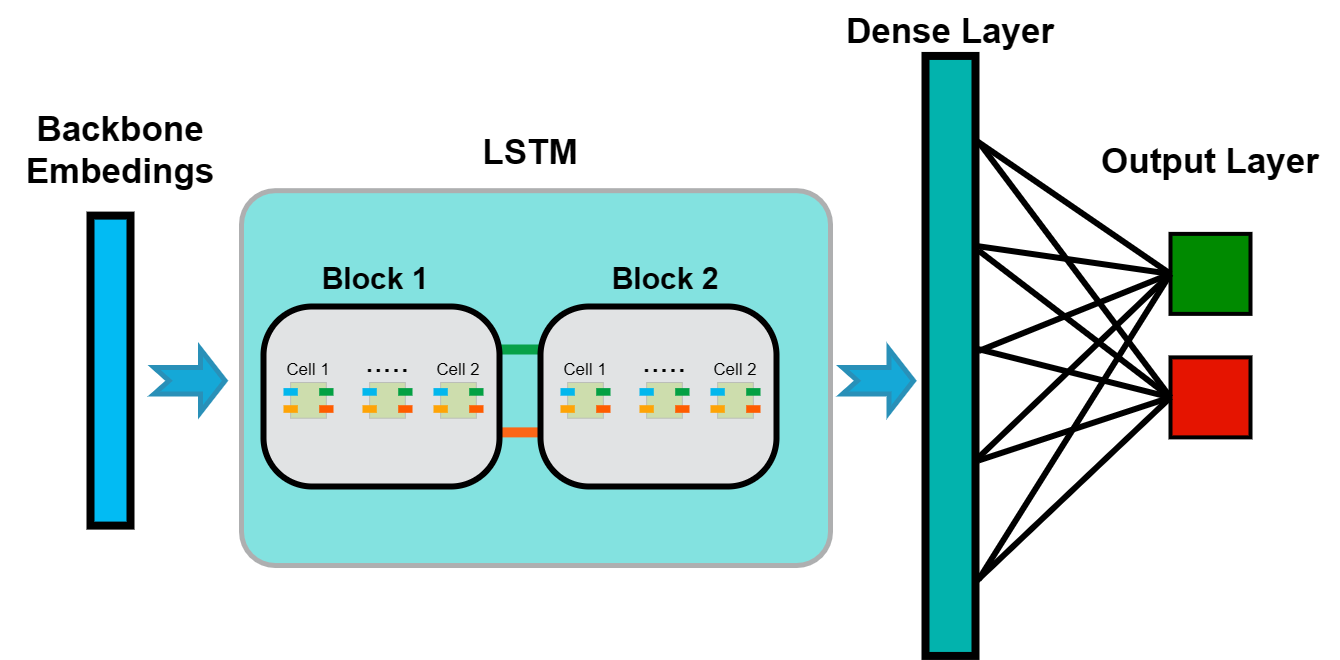
Above: Diagrams/Architecture LSTM.png in NIU1638962/Epilepsia-amb-Electroencefalograma (draw.io), before the change. Source tidied: cells renumbered, new cells last; positions are measured from the earlier drawing's top-left corner, leaving out a move shared by most shapes. Source of this version:
```xml
<mxGraphModel>
  <root>
    <mxCell id="0" />
    <mxCell id="1" parent="0" />
    <mxCell id="2" style="group;" parent="1" vertex="1">
      <mxGeometry width="1340" height="655.4" as="geometry" />
    </mxCell>
    <mxCell id="3" value="&lt;font style=&quot;font-size: 35px;&quot;&gt;&lt;b style=&quot;&quot;&gt;Backbone Embedings&lt;/b&gt;&lt;/font&gt;" style="rounded=0;whiteSpace=wrap;html=1;strokeColor=none;fillColor=none;" parent="2" vertex="1">
      <mxGeometry y="107.7" width="240" height="82.5" as="geometry" />
    </mxCell>
    <mxCell id="4" value="&lt;font style=&quot;font-size: 35px;&quot;&gt;&lt;b style=&quot;&quot;&gt;LSTM&lt;/b&gt;&lt;/font&gt;" style="rounded=0;whiteSpace=wrap;html=1;strokeColor=none;fillColor=none;" parent="2" vertex="1">
      <mxGeometry x="380" y="111.5" width="300" height="78.3" as="geometry" />
    </mxCell>
    <mxCell id="5" value="&lt;font style=&quot;font-size: 35px;&quot;&gt;&lt;b style=&quot;&quot;&gt;Dense Layer&lt;/b&gt;&lt;/font&gt;" style="rounded=0;whiteSpace=wrap;html=1;strokeColor=none;fillColor=none;" parent="2" vertex="1">
      <mxGeometry x="820" width="260" height="60" as="geometry" />
    </mxCell>
    <mxCell id="6" style="whiteSpace=wrap;html=1;fillColor=#008a00;strokeColor=#000000;strokeWidth=4;fontColor=#ffffff;" parent="2" vertex="1">
      <mxGeometry x="1170" y="233.4" width="80" height="80" as="geometry" />
    </mxCell>
    <mxCell id="7" style="whiteSpace=wrap;html=1;fillColor=#e51400;strokeColor=#000000;strokeWidth=4;fontColor=#ffffff;" parent="2" vertex="1">
      <mxGeometry x="1170" y="356.9" width="80" height="80" as="geometry" />
    </mxCell>
    <mxCell id="8" style="endArrow=none;html=1;rounded=0;exitX=0.996;exitY=0.135;exitDx=0;exitDy=0;exitPerimeter=0;entryX=0;entryY=0.5;entryDx=0;entryDy=0;strokeWidth=6;" parent="2" edge="1" target="6">
      <mxGeometry relative="1" as="geometry">
        <mxPoint x="976.1" y="140.4" as="sourcePoint" />
      </mxGeometry>
    </mxCell>
    <mxCell id="9" style="endArrow=none;html=1;rounded=0;exitX=0.998;exitY=0.312;exitDx=0;exitDy=0;exitPerimeter=0;entryX=0;entryY=0.5;entryDx=0;entryDy=0;strokeWidth=6;" parent="2" edge="1" target="6">
      <mxGeometry relative="1" as="geometry">
        <mxPoint x="978" y="245.8" as="sourcePoint" />
      </mxGeometry>
    </mxCell>
    <mxCell id="10" style="endArrow=none;html=1;rounded=0;exitX=0.998;exitY=0.488;exitDx=0;exitDy=0;exitPerimeter=0;entryX=0;entryY=0.5;entryDx=0;entryDy=0;strokeWidth=6;" parent="2" edge="1" target="6">
      <mxGeometry relative="1" as="geometry">
        <mxPoint x="978" y="350.6" as="sourcePoint" />
      </mxGeometry>
    </mxCell>
    <mxCell id="11" style="endArrow=none;html=1;rounded=0;exitX=0.996;exitY=0.67;exitDx=0;exitDy=0;exitPerimeter=0;strokeWidth=6;entryX=0;entryY=0.5;entryDx=0;entryDy=0;" parent="2" edge="1" target="6">
      <mxGeometry relative="1" as="geometry">
        <mxPoint x="976.1" y="458.9" as="sourcePoint" />
      </mxGeometry>
    </mxCell>
    <mxCell id="12" style="endArrow=none;html=1;rounded=0;strokeWidth=6;exitX=0.998;exitY=0.872;exitDx=0;exitDy=0;exitPerimeter=0;entryX=0;entryY=0.5;entryDx=0;entryDy=0;" parent="2" edge="1" target="6">
      <mxGeometry relative="1" as="geometry">
        <mxPoint x="978" y="579.2" as="sourcePoint" />
      </mxGeometry>
    </mxCell>
    <mxCell id="13" style="endArrow=none;html=1;rounded=0;exitX=0.996;exitY=0.135;exitDx=0;exitDy=0;exitPerimeter=0;entryX=0;entryY=0.5;entryDx=0;entryDy=0;strokeWidth=6;" parent="2" edge="1" target="7">
      <mxGeometry relative="1" as="geometry">
        <mxPoint x="980" y="144" as="sourcePoint" />
      </mxGeometry>
    </mxCell>
    <mxCell id="14" style="endArrow=none;html=1;rounded=0;exitX=0.998;exitY=0.312;exitDx=0;exitDy=0;exitPerimeter=0;entryX=0;entryY=0.5;entryDx=0;entryDy=0;strokeWidth=6;" parent="2" edge="1" target="7">
      <mxGeometry relative="1" as="geometry">
        <mxPoint x="978" y="250" as="sourcePoint" />
      </mxGeometry>
    </mxCell>
    <mxCell id="15" style="endArrow=none;html=1;rounded=0;exitX=0.998;exitY=0.488;exitDx=0;exitDy=0;exitPerimeter=0;entryX=0;entryY=0.5;entryDx=0;entryDy=0;strokeWidth=6;" parent="2" edge="1" target="7">
      <mxGeometry relative="1" as="geometry">
        <mxPoint x="978" y="460" as="sourcePoint" />
      </mxGeometry>
    </mxCell>
    <mxCell id="16" style="endArrow=none;html=1;rounded=0;exitX=0.996;exitY=0.67;exitDx=0;exitDy=0;exitPerimeter=0;strokeWidth=6;entryX=0;entryY=0.5;entryDx=0;entryDy=0;" parent="2" edge="1" target="7">
      <mxGeometry relative="1" as="geometry">
        <mxPoint x="976" y="580.6" as="sourcePoint" />
      </mxGeometry>
    </mxCell>
    <mxCell id="17" style="endArrow=none;html=1;rounded=0;exitX=0.998;exitY=0.312;exitDx=0;exitDy=0;exitPerimeter=0;strokeWidth=6;entryX=0;entryY=0.5;entryDx=0;entryDy=0;" parent="2" edge="1" target="7">
      <mxGeometry relative="1" as="geometry">
        <mxPoint x="978" y="348.7" as="sourcePoint" />
      </mxGeometry>
    </mxCell>
    <mxCell id="18" value="&lt;font style=&quot;font-size: 35px;&quot;&gt;&lt;b style=&quot;&quot;&gt;Output Layer&lt;/b&gt;&lt;/font&gt;" style="rounded=0;whiteSpace=wrap;html=1;strokeColor=none;fillColor=none;" parent="2" vertex="1">
      <mxGeometry x="1080" y="130.2" width="260" height="60" as="geometry" />
    </mxCell>
    <mxCell id="19" style="rounded=1;whiteSpace=wrap;html=1;arcSize=9;strokeColor=light-dark(#aeafb0, #ededed);strokeWidth=5;fillColor=light-dark(#83e2e0, #ededed);" parent="2" vertex="1">
      <mxGeometry x="241" y="190.2" width="589" height="374.8" as="geometry" />
    </mxCell>
    <mxCell id="20" value="&lt;font style=&quot;font-size: 30px;&quot;&gt;&lt;b&gt;Block 1&lt;/b&gt;&lt;/font&gt;" style="rounded=0;whiteSpace=wrap;html=1;strokeColor=none;fillColor=none;" parent="2" vertex="1">
      <mxGeometry x="290" y="260.5" width="170" height="35.7" as="geometry" />
    </mxCell>
    <mxCell id="21" value="&lt;font style=&quot;font-size: 30px;&quot;&gt;&lt;b&gt;Block 2&lt;/b&gt;&lt;/font&gt;" style="rounded=0;whiteSpace=wrap;html=1;strokeColor=none;fillColor=none;" parent="2" vertex="1">
      <mxGeometry x="580" y="260.5" width="170" height="35.7" as="geometry" />
    </mxCell>
    <mxCell id="22" style="rounded=0;whiteSpace=wrap;html=1;strokeWidth=8;fillColor=light-dark(#02bbf3, #ededed);" parent="2" vertex="1">
      <mxGeometry x="90" y="215.1" width="40" height="310" as="geometry" />
    </mxCell>
    <mxCell id="23" style="rounded=0;whiteSpace=wrap;html=1;strokeWidth=8;fillColor=light-dark(#02b3ad, #ededed);" parent="2" vertex="1">
      <mxGeometry x="925" y="55.4" width="50" height="600" as="geometry" />
    </mxCell>
    <mxCell id="24" style="rounded=0;whiteSpace=wrap;html=1;strokeColor=none;fillColor=light-dark(#07a148, #ededed);" parent="2" vertex="1">
      <mxGeometry x="461" y="344" width="120" height="10" as="geometry" />
    </mxCell>
    <mxCell id="25" style="rounded=0;whiteSpace=wrap;html=1;strokeColor=none;fillColor=light-dark(#fb6717, #ededed);" parent="2" vertex="1">
      <mxGeometry x="460" y="426.9" width="120" height="10" as="geometry" />
    </mxCell>
    <mxCell id="26" style="html=1;shadow=0;dashed=0;align=center;verticalAlign=middle;shape=mxgraph.arrows2.arrow;dy=0.58;dx=24.56;notch=15;strokeColor=light-dark(#2990b8, #ededed);fillColor=light-dark(#15a8d7, #ededed);strokeWidth=5;" parent="2" vertex="1">
      <mxGeometry x="153.5" y="348.7" width="71" height="63" as="geometry" />
    </mxCell>
    <mxCell id="27" style="group;strokeColor=none;" parent="2" vertex="1">
      <mxGeometry x="540" y="306" width="380" height="258.8" as="geometry" />
    </mxCell>
    <mxCell id="28" style="rounded=1;whiteSpace=wrap;html=1;strokeWidth=6;arcSize=27;fillColor=light-dark(#e1e3e4, #ededed);" parent="2" vertex="1">
      <mxGeometry x="263" y="306" width="236" height="180" as="geometry" />
    </mxCell>
    <mxCell id="29" style="group;" parent="2" vertex="1">
      <mxGeometry x="283" y="382" width="50" height="38.1" as="geometry" />
    </mxCell>
    <mxCell id="30" style="whiteSpace=wrap;html=1;fillColor=light-dark(#cdddad, #ededed);strokeColor=light-dark(#bbbeb8, #ededed);" parent="29" vertex="1">
      <mxGeometry x="7.1" width="35.7" height="35.7" as="geometry" />
    </mxCell>
    <mxCell id="31" style="rounded=0;whiteSpace=wrap;html=1;strokeColor=none;fillColor=light-dark(#01b7ed, #ededed);" parent="29" vertex="1">
      <mxGeometry y="5.6" width="14.3" height="7.6" as="geometry" />
    </mxCell>
    <mxCell id="32" style="rounded=0;whiteSpace=wrap;html=1;strokeColor=none;fillColor=light-dark(#fea406, #ededed);" parent="29" vertex="1">
      <mxGeometry y="22.7" width="14.3" height="7.6" as="geometry" />
    </mxCell>
    <mxCell id="33" style="rounded=0;whiteSpace=wrap;html=1;strokeColor=none;fillColor=light-dark(#03a043, #ededed);" parent="29" vertex="1">
      <mxGeometry x="35.7" y="5.6" width="14.3" height="7.6" as="geometry" />
    </mxCell>
    <mxCell id="34" style="rounded=0;whiteSpace=wrap;html=1;strokeColor=none;fillColor=light-dark(#ff5c00, #ededed);" parent="29" vertex="1">
      <mxGeometry x="35.7" y="22.7" width="14.3" height="7.6" as="geometry" />
    </mxCell>
    <mxCell id="35" style="group;" parent="2" vertex="1">
      <mxGeometry x="433" y="382" width="50" height="38.1" as="geometry" />
    </mxCell>
    <mxCell id="36" style="whiteSpace=wrap;html=1;fillColor=light-dark(#cdddad, #ededed);strokeColor=light-dark(#bbbeb8, #ededed);" parent="35" vertex="1">
      <mxGeometry x="7.1" width="35.7" height="35.7" as="geometry" />
    </mxCell>
    <mxCell id="37" style="rounded=0;whiteSpace=wrap;html=1;strokeColor=none;fillColor=light-dark(#01b7ed, #ededed);" parent="35" vertex="1">
      <mxGeometry y="5.6" width="14.3" height="7.6" as="geometry" />
    </mxCell>
    <mxCell id="38" style="rounded=0;whiteSpace=wrap;html=1;strokeColor=none;fillColor=light-dark(#fea406, #ededed);" parent="35" vertex="1">
      <mxGeometry y="22.7" width="14.3" height="7.6" as="geometry" />
    </mxCell>
    <mxCell id="39" style="rounded=0;whiteSpace=wrap;html=1;strokeColor=none;fillColor=light-dark(#03a043, #ededed);" parent="35" vertex="1">
      <mxGeometry x="35.7" y="5.6" width="14.3" height="7.6" as="geometry" />
    </mxCell>
    <mxCell id="40" style="rounded=0;whiteSpace=wrap;html=1;strokeColor=none;fillColor=light-dark(#ff5c00, #ededed);" parent="35" vertex="1">
      <mxGeometry x="35.7" y="22.7" width="14.3" height="7.6" as="geometry" />
    </mxCell>
    <mxCell id="41" style="group;" parent="2" vertex="1">
      <mxGeometry x="362" y="382" width="50" height="38.1" as="geometry" />
    </mxCell>
    <mxCell id="42" style="whiteSpace=wrap;html=1;fillColor=light-dark(#cdddad, #ededed);strokeColor=light-dark(#bbbeb8, #ededed);" parent="41" vertex="1">
      <mxGeometry x="7.1" width="35.7" height="35.7" as="geometry" />
    </mxCell>
    <mxCell id="43" style="rounded=0;whiteSpace=wrap;html=1;strokeColor=none;fillColor=light-dark(#01b7ed, #ededed);" parent="41" vertex="1">
      <mxGeometry y="5.6" width="14.3" height="7.6" as="geometry" />
    </mxCell>
    <mxCell id="44" style="rounded=0;whiteSpace=wrap;html=1;strokeColor=none;fillColor=light-dark(#fea406, #ededed);" parent="41" vertex="1">
      <mxGeometry y="22.7" width="14.3" height="7.6" as="geometry" />
    </mxCell>
    <mxCell id="45" style="rounded=0;whiteSpace=wrap;html=1;strokeColor=none;fillColor=light-dark(#03a043, #ededed);" parent="41" vertex="1">
      <mxGeometry x="35.7" y="5.6" width="14.3" height="7.6" as="geometry" />
    </mxCell>
    <mxCell id="46" style="rounded=0;whiteSpace=wrap;html=1;strokeColor=none;fillColor=light-dark(#ff5c00, #ededed);" parent="41" vertex="1">
      <mxGeometry x="35.7" y="22.7" width="14.3" height="7.6" as="geometry" />
    </mxCell>
    <mxCell id="47" value="&lt;font style=&quot;font-size: 17px;&quot;&gt;Cell 1&lt;/font&gt;" style="rounded=0;whiteSpace=wrap;html=1;strokeColor=none;fillColor=none;" parent="2" vertex="1">
      <mxGeometry x="283" y="358" width="50" height="23.7" as="geometry" />
    </mxCell>
    <mxCell id="48" value="&lt;font style=&quot;font-size: 17px;&quot;&gt;Cell 2&lt;/font&gt;" style="rounded=0;whiteSpace=wrap;html=1;strokeColor=none;fillColor=none;" parent="2" vertex="1">
      <mxGeometry x="433" y="358" width="50" height="23.7" as="geometry" />
    </mxCell>
    <mxCell id="49" value="&lt;font style=&quot;font-size: 38px;&quot;&gt;&lt;sup&gt;&lt;font style=&quot;&quot;&gt;.&lt;/font&gt;....&lt;/sup&gt;&lt;/font&gt;" style="rounded=0;whiteSpace=wrap;html=1;strokeColor=none;fillColor=none;align=center;" parent="2" vertex="1">
      <mxGeometry x="362" y="356.9" width="50" height="23.7" as="geometry" />
    </mxCell>
    <mxCell id="50" style="rounded=1;whiteSpace=wrap;html=1;strokeWidth=6;arcSize=27;fillColor=light-dark(#e1e3e4, #ededed);" parent="2" vertex="1">
      <mxGeometry x="540" y="306" width="236" height="180" as="geometry" />
    </mxCell>
    <mxCell id="51" style="group;" parent="2" vertex="1">
      <mxGeometry x="560" y="382" width="50" height="38.1" as="geometry" />
    </mxCell>
    <mxCell id="52" style="whiteSpace=wrap;html=1;fillColor=light-dark(#cdddad, #ededed);strokeColor=light-dark(#bbbeb8, #ededed);" parent="51" vertex="1">
      <mxGeometry x="7.1" width="35.7" height="35.7" as="geometry" />
    </mxCell>
    <mxCell id="53" style="rounded=0;whiteSpace=wrap;html=1;strokeColor=none;fillColor=light-dark(#01b7ed, #ededed);" parent="51" vertex="1">
      <mxGeometry y="5.6" width="14.3" height="7.6" as="geometry" />
    </mxCell>
    <mxCell id="54" style="rounded=0;whiteSpace=wrap;html=1;strokeColor=none;fillColor=light-dark(#fea406, #ededed);" parent="51" vertex="1">
      <mxGeometry y="22.7" width="14.3" height="7.6" as="geometry" />
    </mxCell>
    <mxCell id="55" style="rounded=0;whiteSpace=wrap;html=1;strokeColor=none;fillColor=light-dark(#03a043, #ededed);" parent="51" vertex="1">
      <mxGeometry x="35.7" y="5.6" width="14.3" height="7.6" as="geometry" />
    </mxCell>
    <mxCell id="56" style="rounded=0;whiteSpace=wrap;html=1;strokeColor=none;fillColor=light-dark(#ff5c00, #ededed);" parent="51" vertex="1">
      <mxGeometry x="35.7" y="22.7" width="14.3" height="7.6" as="geometry" />
    </mxCell>
    <mxCell id="57" style="group;" parent="2" vertex="1">
      <mxGeometry x="710" y="382" width="50" height="38.1" as="geometry" />
    </mxCell>
    <mxCell id="58" style="whiteSpace=wrap;html=1;fillColor=light-dark(#cdddad, #ededed);strokeColor=light-dark(#bbbeb8, #ededed);" parent="57" vertex="1">
      <mxGeometry x="7.1" width="35.7" height="35.7" as="geometry" />
    </mxCell>
    <mxCell id="59" style="rounded=0;whiteSpace=wrap;html=1;strokeColor=none;fillColor=light-dark(#01b7ed, #ededed);" parent="57" vertex="1">
      <mxGeometry y="5.6" width="14.3" height="7.6" as="geometry" />
    </mxCell>
    <mxCell id="60" style="rounded=0;whiteSpace=wrap;html=1;strokeColor=none;fillColor=light-dark(#fea406, #ededed);" parent="57" vertex="1">
      <mxGeometry y="22.7" width="14.3" height="7.6" as="geometry" />
    </mxCell>
    <mxCell id="61" style="rounded=0;whiteSpace=wrap;html=1;strokeColor=none;fillColor=light-dark(#03a043, #ededed);" parent="57" vertex="1">
      <mxGeometry x="35.7" y="5.6" width="14.3" height="7.6" as="geometry" />
    </mxCell>
    <mxCell id="62" style="rounded=0;whiteSpace=wrap;html=1;strokeColor=none;fillColor=light-dark(#ff5c00, #ededed);" parent="57" vertex="1">
      <mxGeometry x="35.7" y="22.7" width="14.3" height="7.6" as="geometry" />
    </mxCell>
    <mxCell id="63" style="group;" parent="2" vertex="1">
      <mxGeometry x="639" y="382" width="50" height="38.1" as="geometry" />
    </mxCell>
    <mxCell id="64" style="whiteSpace=wrap;html=1;fillColor=light-dark(#cdddad, #ededed);strokeColor=light-dark(#bbbeb8, #ededed);" parent="63" vertex="1">
      <mxGeometry x="7.1" width="35.7" height="35.7" as="geometry" />
    </mxCell>
    <mxCell id="65" style="rounded=0;whiteSpace=wrap;html=1;strokeColor=none;fillColor=light-dark(#01b7ed, #ededed);" parent="63" vertex="1">
      <mxGeometry y="5.6" width="14.3" height="7.6" as="geometry" />
    </mxCell>
    <mxCell id="66" style="rounded=0;whiteSpace=wrap;html=1;strokeColor=none;fillColor=light-dark(#fea406, #ededed);" parent="63" vertex="1">
      <mxGeometry y="22.7" width="14.3" height="7.6" as="geometry" />
    </mxCell>
    <mxCell id="67" style="rounded=0;whiteSpace=wrap;html=1;strokeColor=none;fillColor=light-dark(#03a043, #ededed);" parent="63" vertex="1">
      <mxGeometry x="35.7" y="5.6" width="14.3" height="7.6" as="geometry" />
    </mxCell>
    <mxCell id="68" style="rounded=0;whiteSpace=wrap;html=1;strokeColor=none;fillColor=light-dark(#ff5c00, #ededed);" parent="63" vertex="1">
      <mxGeometry x="35.7" y="22.7" width="14.3" height="7.6" as="geometry" />
    </mxCell>
    <mxCell id="69" value="&lt;font style=&quot;font-size: 17px;&quot;&gt;Cell 1&lt;/font&gt;" style="rounded=0;whiteSpace=wrap;html=1;strokeColor=none;fillColor=none;" parent="2" vertex="1">
      <mxGeometry x="560" y="358" width="50" height="23.7" as="geometry" />
    </mxCell>
    <mxCell id="70" value="&lt;font style=&quot;font-size: 17px;&quot;&gt;Cell 2&lt;/font&gt;" style="rounded=0;whiteSpace=wrap;html=1;strokeColor=none;fillColor=none;" parent="2" vertex="1">
      <mxGeometry x="710" y="358" width="50" height="23.7" as="geometry" />
    </mxCell>
    <mxCell id="71" value="&lt;font style=&quot;font-size: 38px;&quot;&gt;&lt;sup&gt;&lt;font style=&quot;&quot;&gt;.&lt;/font&gt;....&lt;/sup&gt;&lt;/font&gt;" style="rounded=0;whiteSpace=wrap;html=1;strokeColor=none;fillColor=none;align=center;" parent="2" vertex="1">
      <mxGeometry x="639" y="356.9" width="50" height="23.7" as="geometry" />
    </mxCell>
    <mxCell id="72" style="html=1;shadow=0;dashed=0;align=center;verticalAlign=middle;shape=mxgraph.arrows2.arrow;dy=0.58;dx=24.56;notch=15;strokeColor=light-dark(#2990b8, #ededed);fillColor=light-dark(#15a8d7, #ededed);strokeWidth=5;" parent="2" vertex="1">
      <mxGeometry x="842" y="348.7" width="71" height="63" as="geometry" />
    </mxCell>
  </root>
</mxGraphModel>
```
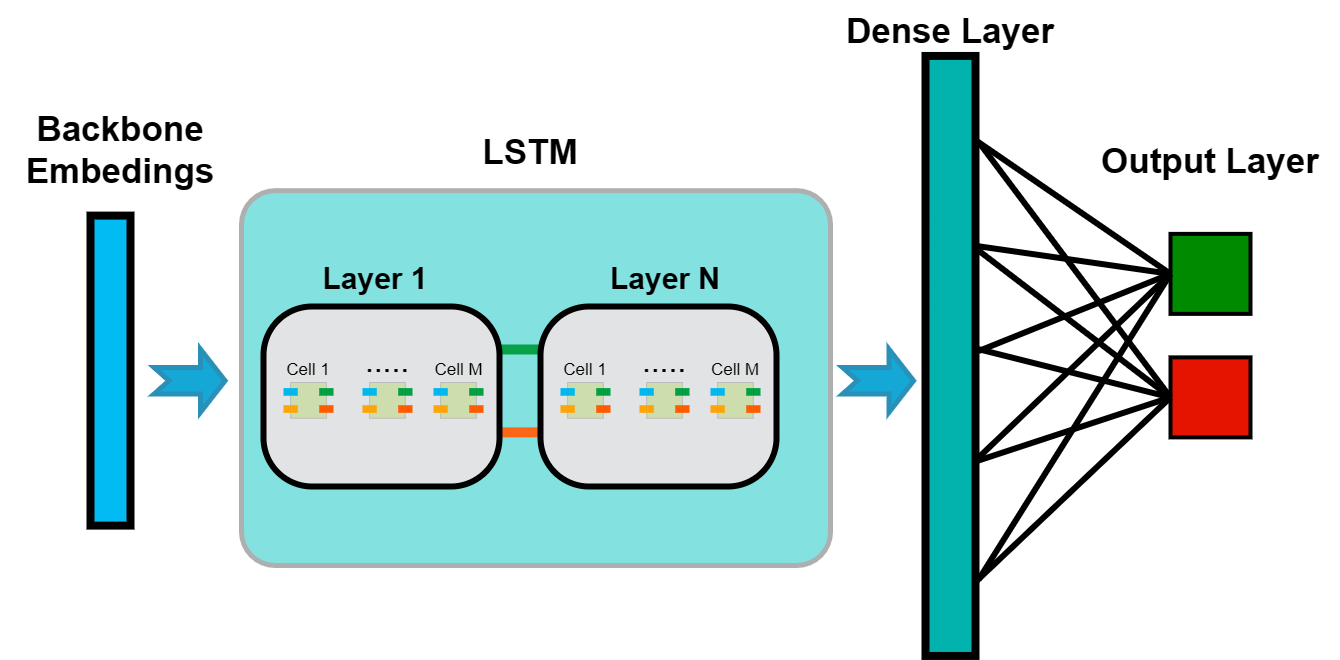
Later version of the same file.

Diff of the diagram source:
```diff
@@ -76,10 +76,10 @@
     <mxCell id="19" style="rounded=1;whiteSpace=wrap;html=1;arcSize=9;strokeColor=light-dark(#aeafb0, #ededed);strokeWidth=5;fillColor=light-dark(#83e2e0, #ededed);" parent="2" vertex="1">
       <mxGeometry x="241" y="190.2" width="589" height="374.8" as="geometry" />
     </mxCell>
-    <mxCell id="20" value="&lt;font style=&quot;font-size: 30px;&quot;&gt;&lt;b&gt;Block 1&lt;/b&gt;&lt;/font&gt;" style="rounded=0;whiteSpace=wrap;html=1;strokeColor=none;fillColor=none;" parent="2" vertex="1">
+    <mxCell id="20" value="&lt;font style=&quot;font-size: 30px;&quot;&gt;&lt;b&gt;Layer 1&lt;/b&gt;&lt;/font&gt;" style="rounded=0;whiteSpace=wrap;html=1;strokeColor=none;fillColor=none;" parent="2" vertex="1">
       <mxGeometry x="290" y="260.5" width="170" height="35.7" as="geometry" />
     </mxCell>
-    <mxCell id="21" value="&lt;font style=&quot;font-size: 30px;&quot;&gt;&lt;b&gt;Block 2&lt;/b&gt;&lt;/font&gt;" style="rounded=0;whiteSpace=wrap;html=1;strokeColor=none;fillColor=none;" parent="2" vertex="1">
+    <mxCell id="21" value="&lt;font style=&quot;font-size: 30px;&quot;&gt;&lt;b&gt;Layer N&lt;/b&gt;&lt;/font&gt;" style="rounded=0;whiteSpace=wrap;html=1;strokeColor=none;fillColor=none;" parent="2" vertex="1">
       <mxGeometry x="580" y="260.5" width="170" height="35.7" as="geometry" />
     </mxCell>
     <mxCell id="22" style="rounded=0;whiteSpace=wrap;html=1;strokeWidth=8;fillColor=light-dark(#02bbf3, #ededed);" parent="2" vertex="1">
@@ -160,8 +160,8 @@
     <mxCell id="47" value="&lt;font style=&quot;font-size: 17px;&quot;&gt;Cell 1&lt;/font&gt;" style="rounded=0;whiteSpace=wrap;html=1;strokeColor=none;fillColor=none;" parent="2" vertex="1">
       <mxGeometry x="283" y="358" width="50" height="23.7" as="geometry" />
     </mxCell>
-    <mxCell id="48" value="&lt;font style=&quot;font-size: 17px;&quot;&gt;Cell 2&lt;/font&gt;" style="rounded=0;whiteSpace=wrap;html=1;strokeColor=none;fillColor=none;" parent="2" vertex="1">
-      <mxGeometry x="433" y="358" width="50" height="23.7" as="geometry" />
+    <mxCell id="48" value="&lt;font style=&quot;font-size: 17px;&quot;&gt;Cell M&lt;/font&gt;" style="rounded=0;whiteSpace=wrap;html=1;strokeColor=none;fillColor=none;" parent="2" vertex="1">
+      <mxGeometry x="431.5" y="358.3" width="53" height="23.7" as="geometry" />
     </mxCell>
     <mxCell id="49" value="&lt;font style=&quot;font-size: 38px;&quot;&gt;&lt;sup&gt;&lt;font style=&quot;&quot;&gt;.&lt;/font&gt;....&lt;/sup&gt;&lt;/font&gt;" style="rounded=0;whiteSpace=wrap;html=1;strokeColor=none;fillColor=none;align=center;" parent="2" vertex="1">
       <mxGeometry x="362" y="356.9" width="50" height="23.7" as="geometry" />
@@ -226,8 +226,8 @@
     <mxCell id="69" value="&lt;font style=&quot;font-size: 17px;&quot;&gt;Cell 1&lt;/font&gt;" style="rounded=0;whiteSpace=wrap;html=1;strokeColor=none;fillColor=none;" parent="2" vertex="1">
       <mxGeometry x="560" y="358" width="50" height="23.7" as="geometry" />
     </mxCell>
-    <mxCell id="70" value="&lt;font style=&quot;font-size: 17px;&quot;&gt;Cell 2&lt;/font&gt;" style="rounded=0;whiteSpace=wrap;html=1;strokeColor=none;fillColor=none;" parent="2" vertex="1">
-      <mxGeometry x="710" y="358" width="50" height="23.7" as="geometry" />
+    <mxCell id="70" value="&lt;font style=&quot;font-size: 17px;&quot;&gt;Cell M&lt;/font&gt;" style="rounded=0;whiteSpace=wrap;html=1;strokeColor=none;fillColor=none;" parent="2" vertex="1">
+      <mxGeometry x="705" y="358.3" width="60" height="23.7" as="geometry" />
     </mxCell>
     <mxCell id="71" value="&lt;font style=&quot;font-size: 38px;&quot;&gt;&lt;sup&gt;&lt;font style=&quot;&quot;&gt;.&lt;/font&gt;....&lt;/sup&gt;&lt;/font&gt;" style="rounded=0;whiteSpace=wrap;html=1;strokeColor=none;fillColor=none;align=center;" parent="2" vertex="1">
       <mxGeometry x="639" y="356.9" width="50" height="23.7" as="geometry" />
```
